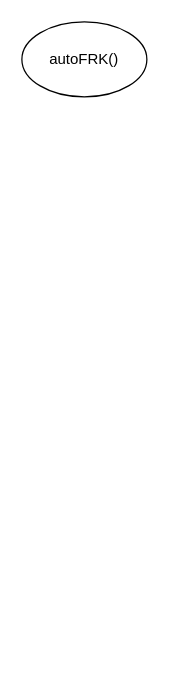
This is flowcharts/autoFRK.drawio from Josh-test-lab/autoFRK-python, a draw.io file, before an edit. Source tidied: cells renumbered, new cells numbered last; positions are measured from the earlier drawing's top-left corner, leaving out a move shared by most shapes. Both pictures are drawn from the tidied source at 125%, with x=0, y=0 at pixel (21, 21).
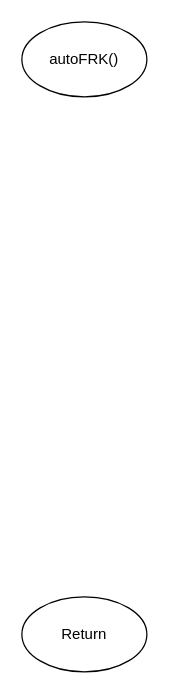
The same page after the edit.

Change to the diagram source:
```diff
@@
 <mxGraphModel>
   <root>
     <mxCell id="0" />
     <mxCell id="1" parent="0" />
     <mxCell id="2" value="autoFRK()" style="ellipse;whiteSpace=wrap;html=1;" parent="1" vertex="1">
       <mxGeometry width="100" height="60" as="geometry" />
     </mxCell>
+    <mxCell id="3" value="Return" style="ellipse;whiteSpace=wrap;html=1;" parent="1" vertex="1">
+      <mxGeometry y="460" width="100" height="60" as="geometry" />
+    </mxCell>
   </root>
 </mxGraphModel>
```
